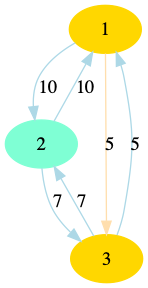
Above: run/output/graph010.gv.png in CarlosMatheus/Distributed-Minimum-Spanning-Tree (Graphviz), before the change. Its source is kept beside it as run/output/graph010.gv.
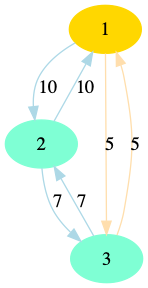
Later version of the same file.

What changed in the source:
```diff
@@ -1,11 +1,11 @@
 digraph "output/graph010" {
 	1 [color=gold1 style=filled]
 	2 [color=aquamarine style=filled]
-	3 [color=gold1 style=filled]
+	3 [color=aquamarine style=filled]
 	1 -> 2 [label=10 color=lightblue]
 	2 -> 1 [label=10 color=lightblue]
 	2 -> 3 [label=7 color=lightblue]
 	3 -> 2 [label=7 color=lightblue]
 	1 -> 3 [label=5 color=navajowhite]
-	3 -> 1 [label=5 color=lightblue]
+	3 -> 1 [label=5 color=navajowhite]
 }
```
